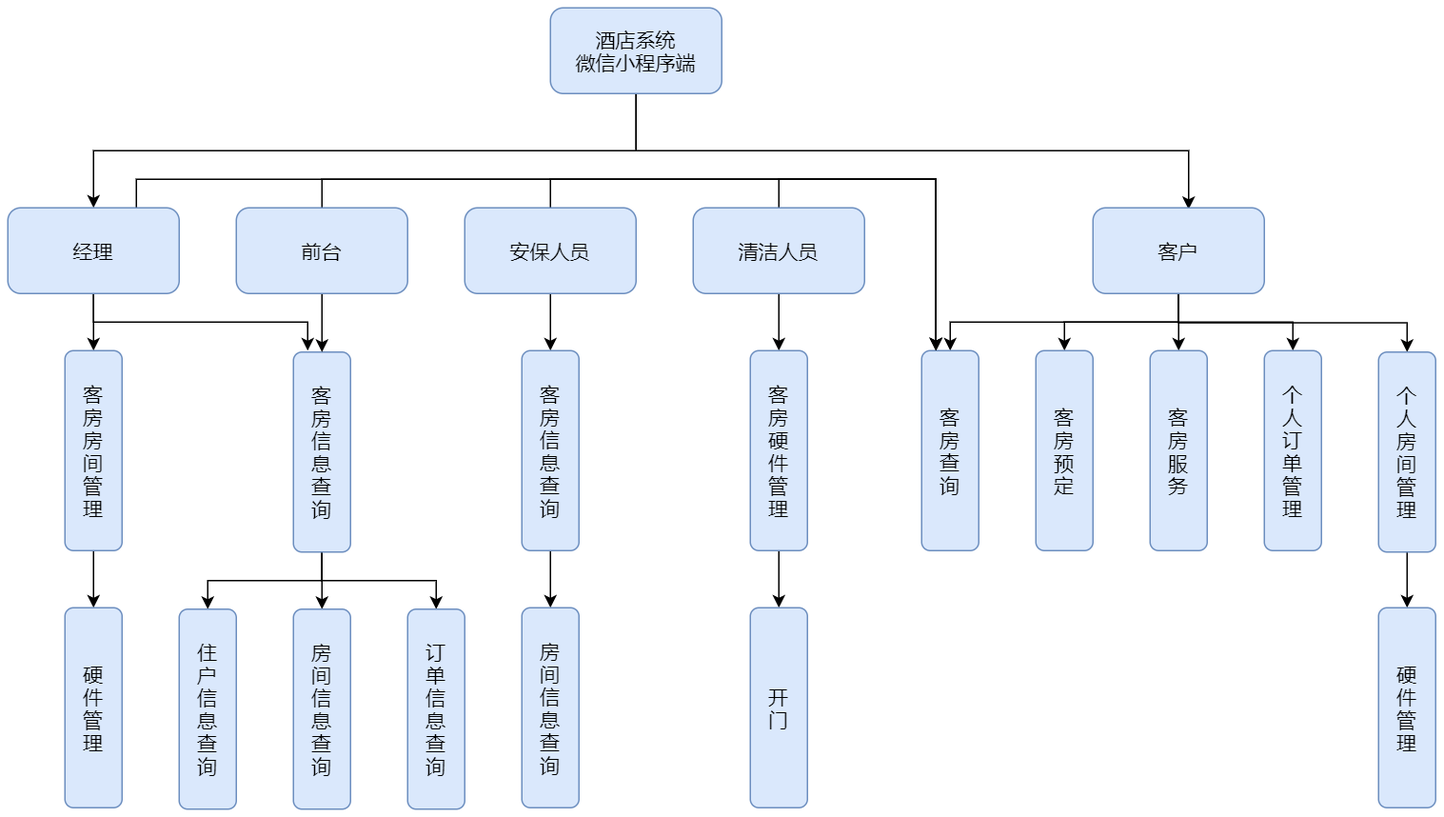
AndSonder/smart-hotel-database keeps this draw.io diagram as docs/src/微信小程序界面层.png. Above is the earlier version. Source tidied: cells renumbered, new cells last; positions are measured from the earlier drawing's top-left corner, leaving out a move shared by most shapes.
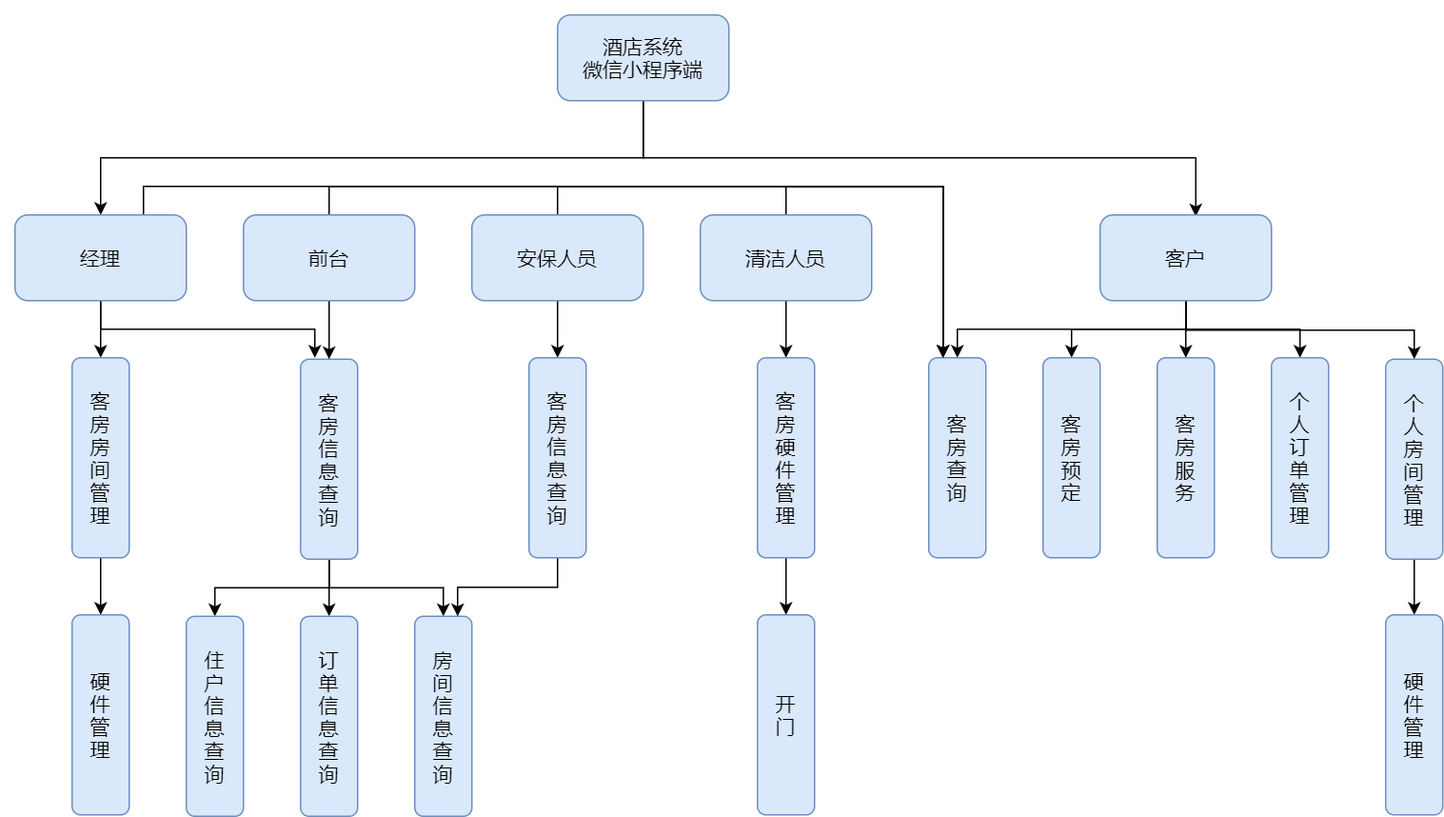
After the commit.

The edit, as a diff of the source:
```diff
@@ -82,13 +82,13 @@
     <mxCell id="27" value="&lt;span style=&quot;font-size: 14px;&quot;&gt;客&lt;/span&gt;&lt;br style=&quot;font-size: 14px;&quot;&gt;&lt;span style=&quot;font-size: 14px;&quot;&gt;房&lt;/span&gt;&lt;br style=&quot;font-size: 14px;&quot;&gt;服&lt;br style=&quot;font-size: 14px;&quot;&gt;务" style="rounded=1;whiteSpace=wrap;html=1;fillColor=#dae8fc;strokeColor=#6c8ebf;shadow=0;sketch=0;fontSize=14;" parent="1" vertex="1">
       <mxGeometry x="800" y="240" width="40" height="140" as="geometry" />
     </mxCell>
-    <mxCell id="28" value="房&lt;br style=&quot;font-size: 14px;&quot;&gt;间&lt;br style=&quot;font-size: 14px;&quot;&gt;信&lt;br style=&quot;font-size: 14px;&quot;&gt;息&lt;br style=&quot;font-size: 14px;&quot;&gt;&lt;span style=&quot;font-size: 14px;&quot;&gt;查&lt;br style=&quot;font-size: 14px;&quot;&gt;询&lt;br style=&quot;font-size: 14px;&quot;&gt;&lt;/span&gt;" style="rounded=1;whiteSpace=wrap;html=1;fillColor=#dae8fc;strokeColor=#6c8ebf;shadow=0;sketch=0;fontSize=14;" parent="1" vertex="1">
+    <mxCell id="28" value="订&lt;br&gt;单&lt;br&gt;信&lt;br&gt;息&lt;br&gt;查&lt;br&gt;询&lt;span style=&quot;font-size: 14px&quot;&gt;&lt;br style=&quot;font-size: 14px&quot;&gt;&lt;/span&gt;" style="rounded=1;whiteSpace=wrap;html=1;fillColor=#dae8fc;strokeColor=#6c8ebf;shadow=0;sketch=0;fontSize=14;" parent="1" vertex="1">
       <mxGeometry x="200" y="421" width="40" height="140" as="geometry" />
     </mxCell>
     <mxCell id="29" value="住&lt;br style=&quot;font-size: 14px;&quot;&gt;户&lt;br style=&quot;font-size: 14px;&quot;&gt;信&lt;br style=&quot;font-size: 14px;&quot;&gt;息&lt;br style=&quot;font-size: 14px;&quot;&gt;&lt;span style=&quot;font-size: 14px;&quot;&gt;查&lt;br style=&quot;font-size: 14px;&quot;&gt;询&lt;br style=&quot;font-size: 14px;&quot;&gt;&lt;/span&gt;" style="rounded=1;whiteSpace=wrap;html=1;fillColor=#dae8fc;strokeColor=#6c8ebf;shadow=0;sketch=0;fontSize=14;" parent="1" vertex="1">
       <mxGeometry x="120" y="421" width="40" height="140" as="geometry" />
     </mxCell>
-    <mxCell id="30" value="订&lt;br style=&quot;font-size: 14px;&quot;&gt;单&lt;br style=&quot;font-size: 14px;&quot;&gt;信&lt;br style=&quot;font-size: 14px;&quot;&gt;息&lt;br style=&quot;font-size: 14px;&quot;&gt;&lt;span style=&quot;font-size: 14px;&quot;&gt;查&lt;br style=&quot;font-size: 14px;&quot;&gt;询&lt;br style=&quot;font-size: 14px;&quot;&gt;&lt;/span&gt;" style="rounded=1;whiteSpace=wrap;html=1;fillColor=#dae8fc;strokeColor=#6c8ebf;shadow=0;sketch=0;fontSize=14;" parent="1" vertex="1">
+    <mxCell id="30" value="房&lt;br&gt;间&lt;br&gt;信&lt;br&gt;息&lt;br&gt;查&lt;br&gt;询&lt;span style=&quot;font-size: 14px&quot;&gt;&lt;br style=&quot;font-size: 14px&quot;&gt;&lt;/span&gt;" style="rounded=1;whiteSpace=wrap;html=1;fillColor=#dae8fc;strokeColor=#6c8ebf;shadow=0;sketch=0;fontSize=14;" parent="1" vertex="1">
       <mxGeometry x="280" y="421" width="40" height="140" as="geometry" />
     </mxCell>
     <mxCell id="31" value="硬&lt;br style=&quot;font-size: 14px;&quot;&gt;件&lt;br style=&quot;font-size: 14px;&quot;&gt;管&lt;br style=&quot;font-size: 14px;&quot;&gt;理" style="rounded=1;whiteSpace=wrap;html=1;fillColor=#dae8fc;strokeColor=#6c8ebf;shadow=0;sketch=0;fontSize=14;" parent="1" vertex="1">
@@ -136,14 +136,11 @@
     <mxCell id="43" value="开&lt;br style=&quot;font-size: 14px;&quot;&gt;门" style="rounded=1;whiteSpace=wrap;html=1;fillColor=#dae8fc;strokeColor=#6c8ebf;shadow=0;sketch=0;fontSize=14;" parent="1" vertex="1">
       <mxGeometry x="520" y="420" width="40" height="140" as="geometry" />
     </mxCell>
-    <mxCell id="44" style="edgeStyle=orthogonalEdgeStyle;rounded=0;jettySize=auto;html=1;exitX=0.5;exitY=1;exitDx=0;exitDy=0;entryX=0.5;entryY=0;entryDx=0;entryDy=0;fontSize=14;" parent="1" edge="1" source="45" target="46">
+    <mxCell id="44" style="edgeStyle=orthogonalEdgeStyle;rounded=0;jettySize=auto;html=1;exitX=0.5;exitY=1;exitDx=0;exitDy=0;entryX=0.75;entryY=0;entryDx=0;entryDy=0;fontSize=14;" parent="1" edge="1" source="45" target="30">
       <mxGeometry relative="1" as="geometry" />
     </mxCell>
     <mxCell id="45" value="&lt;span style=&quot;font-size: 14px;&quot;&gt;客&lt;/span&gt;&lt;br style=&quot;font-size: 14px;&quot;&gt;&lt;span style=&quot;font-size: 14px;&quot;&gt;房&lt;br style=&quot;font-size: 14px;&quot;&gt;&lt;/span&gt;信&lt;br style=&quot;font-size: 14px;&quot;&gt;息&lt;br style=&quot;font-size: 14px;&quot;&gt;&lt;span style=&quot;font-size: 14px;&quot;&gt;查&lt;br style=&quot;font-size: 14px;&quot;&gt;询&lt;br style=&quot;font-size: 14px;&quot;&gt;&lt;/span&gt;" style="rounded=1;whiteSpace=wrap;html=1;fillColor=#dae8fc;strokeColor=#6c8ebf;shadow=0;sketch=0;fontSize=14;" parent="1" vertex="1">
       <mxGeometry x="360" y="240" width="40" height="140" as="geometry" />
     </mxCell>
-    <mxCell id="46" value="房&lt;br style=&quot;font-size: 14px;&quot;&gt;间&lt;br style=&quot;font-size: 14px;&quot;&gt;信&lt;br style=&quot;font-size: 14px;&quot;&gt;息&lt;br style=&quot;font-size: 14px;&quot;&gt;&lt;span style=&quot;font-size: 14px;&quot;&gt;查&lt;br style=&quot;font-size: 14px;&quot;&gt;询&lt;br style=&quot;font-size: 14px;&quot;&gt;&lt;/span&gt;" style="rounded=1;whiteSpace=wrap;html=1;fillColor=#dae8fc;strokeColor=#6c8ebf;shadow=0;sketch=0;fontSize=14;" parent="1" vertex="1">
-      <mxGeometry x="360" y="420" width="40" height="140" as="geometry" />
-    </mxCell>
   </root>
 </mxGraphModel>
```
